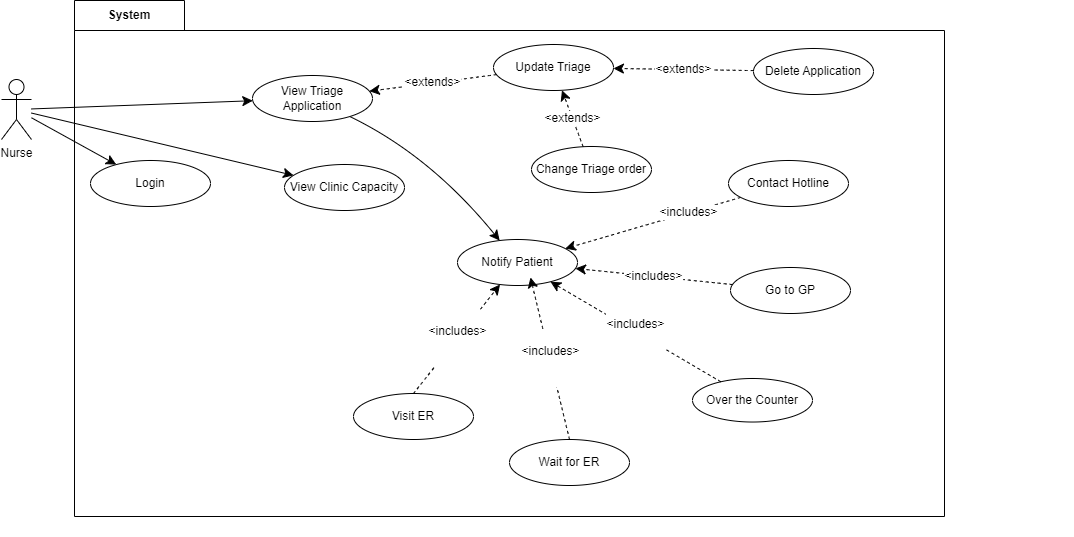
SENG-350-2024-fall/Team5 keeps this draw.io diagram as NurseUseCaseDiagram.drawio.png. Above is the earlier version. Source tidied: cells renumbered, new cells last; positions are measured from the earlier drawing's top-left corner, leaving out a move shared by most shapes.
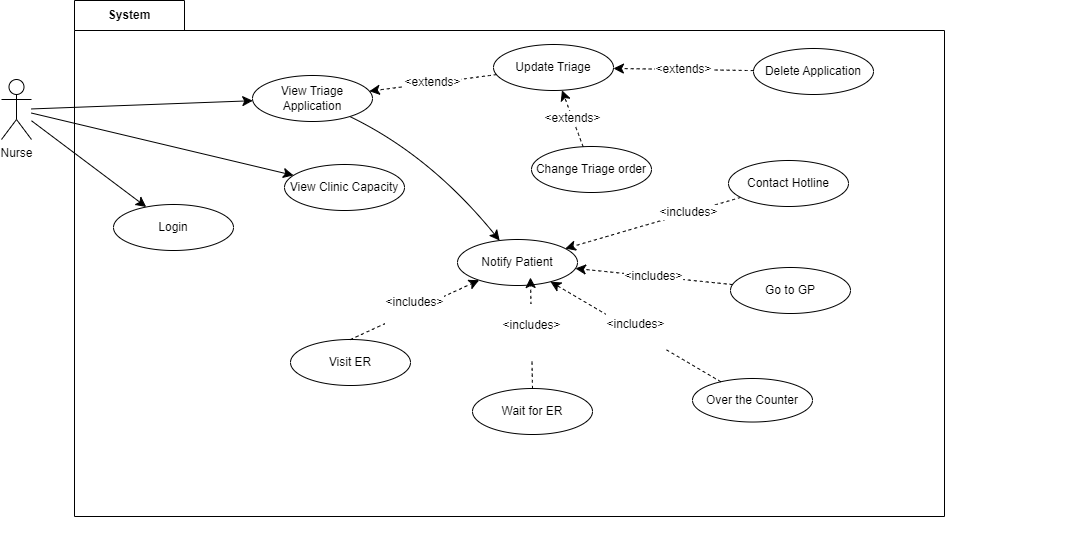
After the commit.

The edit, as a diff of the source:
```diff
@@ -26,14 +26,17 @@
       <mxGeometry relative="1" as="geometry" />
     </mxCell>
     <mxCell id="9" value="Visit ER" style="ellipse;whiteSpace=wrap;html=1;" parent="2" vertex="1">
-      <mxGeometry x="279" y="393" width="120" height="46" as="geometry" />
+      <mxGeometry x="216" y="339" width="120" height="46" as="geometry" />
     </mxCell>
     <mxCell id="10" value="Wait for ER" style="ellipse;whiteSpace=wrap;html=1;" parent="2" vertex="1">
-      <mxGeometry x="435" y="439" width="120" height="46" as="geometry" />
+      <mxGeometry x="398" y="388" width="120" height="46" as="geometry" />
     </mxCell>
     <mxCell id="11" value="Over the Counter" style="ellipse;whiteSpace=wrap;html=1;" parent="2" vertex="1">
       <mxGeometry x="618" y="378" width="120" height="43.5" as="geometry" />
     </mxCell>
+    <mxCell id="16" value="Login" style="ellipse;whiteSpace=wrap;html=1;" parent="2" vertex="1">
+      <mxGeometry x="39" y="204" width="120" height="46" as="geometry" />
+    </mxCell>
     <mxCell id="12" style="edgeStyle=none;curved=1;rounded=0;jettySize=auto;html=1;fontSize=12;startSize=8;endSize=8;" parent="1" edge="1" source="15" target="16">
       <mxGeometry relative="1" as="geometry" />
     </mxCell>
@@ -46,9 +49,6 @@
     <mxCell id="15" value="&lt;div&gt;Nurse&lt;/div&gt;" style="shape=umlActor;verticalLabelPosition=bottom;verticalAlign=top;html=1;outlineConnect=0;" parent="1" vertex="1">
       <mxGeometry y="79" width="30" height="60" as="geometry" />
     </mxCell>
-    <mxCell id="16" value="Login" style="ellipse;whiteSpace=wrap;html=1;" parent="1" vertex="1">
-      <mxGeometry x="89" y="160" width="120" height="46" as="geometry" />
-    </mxCell>
     <mxCell id="17" value="View Clinic Capacity" style="ellipse;whiteSpace=wrap;html=1;" parent="1" vertex="1">
       <mxGeometry x="283" y="164" width="120" height="46" as="geometry" />
     </mxCell>
@@ -92,5 +92,8 @@
     <mxCell id="29" value="&amp;lt;extends&amp;gt;" style="edgeStyle=none;curved=1;rounded=0;jettySize=auto;html=1;fontSize=12;startSize=8;endSize=8;dashed=1;" parent="1" edge="1" source="6" target="19">
       <mxGeometry relative="1" as="geometry" />
     </mxCell>
+    <mxCell id="30" style="edgeStyle=orthogonalEdgeStyle;rounded=0;orthogonalLoop=1;jettySize=auto;html=1;exitX=0.5;exitY=1;exitDx=0;exitDy=0;exitPerimeter=0;" parent="1" edge="1" source="2" target="2">
+      <mxGeometry relative="1" as="geometry" />
+    </mxCell>
   </root>
 </mxGraphModel>
```
